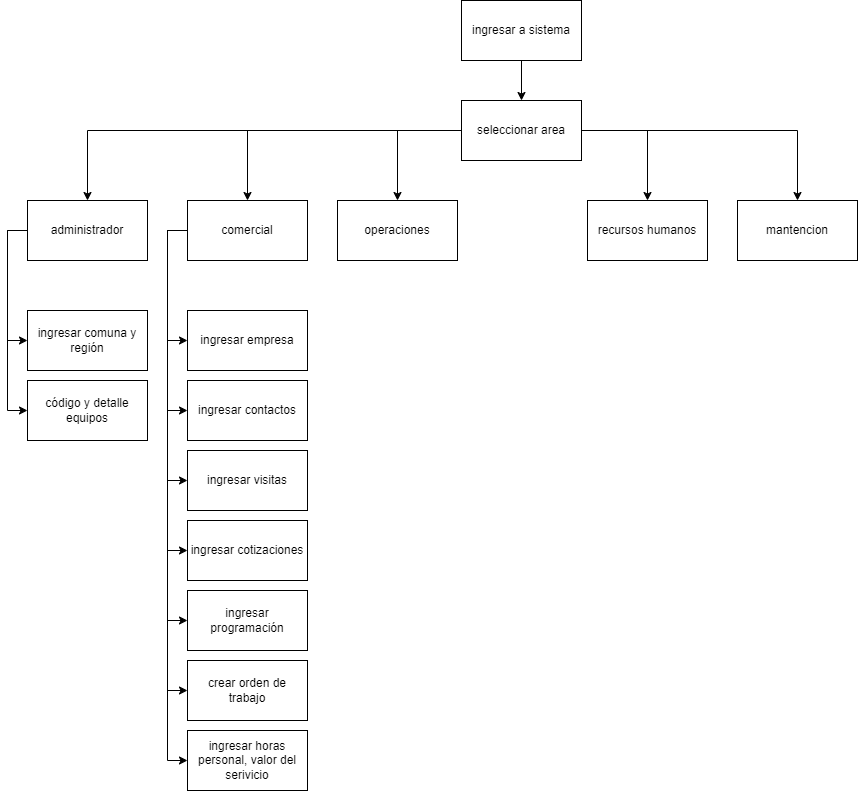
Above: Diagrama sin título.drawio.png in Tebaah/Web-SistemaGestion (draw.io), before the change. Source tidied: cells renumbered, new cells last; positions are measured from the earlier drawing's top-left corner, leaving out a move shared by most shapes.
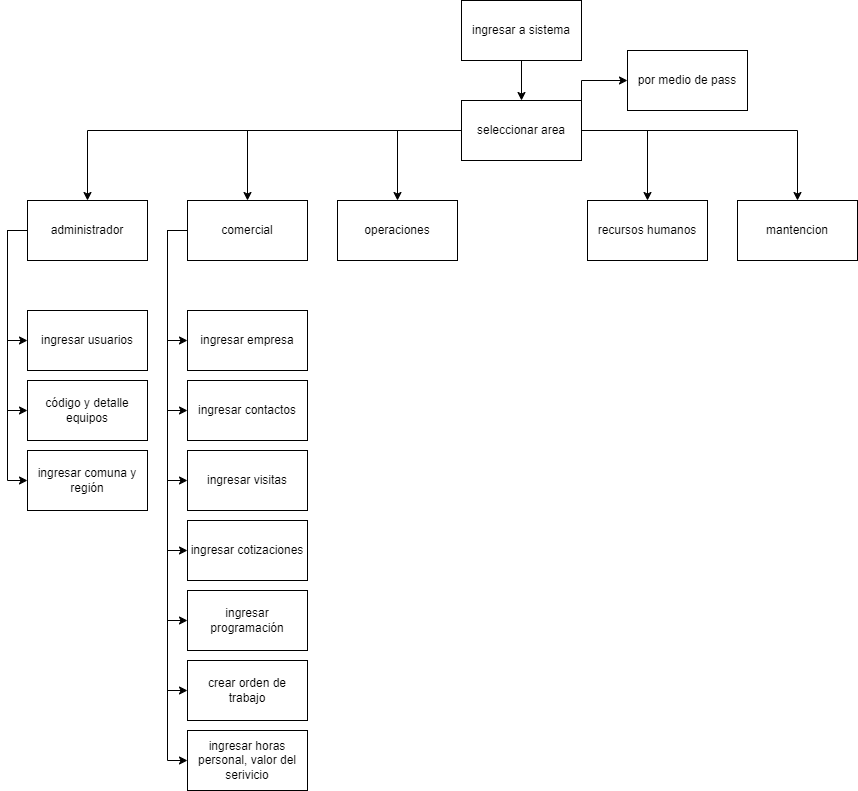
The same file after the commit.

Change to the diagram source:
```diff
@@ -23,6 +23,9 @@
     <mxCell id="8" style="edgeStyle=orthogonalEdgeStyle;rounded=0;jettySize=auto;html=1;entryX=0.5;entryY=0;entryDx=0;entryDy=0;" parent="1" edge="1" source="9" target="29">
       <mxGeometry relative="1" as="geometry" />
     </mxCell>
+    <mxCell id="33" style="edgeStyle=orthogonalEdgeStyle;rounded=0;jettySize=auto;html=1;exitX=1;exitY=0;exitDx=0;exitDy=0;entryX=0;entryY=0.5;entryDx=0;entryDy=0;" parent="1" edge="1" source="9" target="36">
+      <mxGeometry relative="1" as="geometry" />
+    </mxCell>
     <mxCell id="9" value="seleccionar area" style="rounded=0;whiteSpace=wrap;html=1;" parent="1" vertex="1">
       <mxGeometry x="454" y="100" width="120" height="60" as="geometry" />
     </mxCell>
@@ -116,7 +119,7 @@
       <mxGeometry relative="1" as="geometry">
         <Array as="points">
           <mxPoint y="230" />
-          <mxPoint y="340" />
+          <mxPoint y="480" />
         </Array>
       </mxGeometry>
     </mxCell>
@@ -128,11 +131,19 @@
         </Array>
       </mxGeometry>
     </mxCell>
+    <mxCell id="34" style="edgeStyle=orthogonalEdgeStyle;rounded=0;jettySize=auto;html=1;entryX=0;entryY=0.5;entryDx=0;entryDy=0;" parent="1" edge="1" source="29" target="35">
+      <mxGeometry relative="1" as="geometry">
+        <Array as="points">
+          <mxPoint y="230" />
+          <mxPoint y="340" />
+        </Array>
+      </mxGeometry>
+    </mxCell>
     <mxCell id="29" value="administrador" style="rounded=0;whiteSpace=wrap;html=1;" parent="1" vertex="1">
       <mxGeometry x="20" y="200" width="120" height="60" as="geometry" />
     </mxCell>
     <mxCell id="30" value="ingresar comuna y región" style="rounded=0;whiteSpace=wrap;html=1;" parent="1" vertex="1">
-      <mxGeometry x="20" y="310" width="120" height="60" as="geometry" />
+      <mxGeometry x="20" y="450" width="120" height="60" as="geometry" />
     </mxCell>
     <mxCell id="31" value="código y detalle equipos" style="rounded=0;whiteSpace=wrap;html=1;" parent="1" vertex="1">
       <mxGeometry x="20" y="380" width="120" height="60" as="geometry" />
@@ -140,5 +151,11 @@
     <mxCell id="32" value="ingresar horas personal, valor del serivicio" style="rounded=0;whiteSpace=wrap;html=1;" parent="1" vertex="1">
       <mxGeometry x="180" y="730" width="120" height="60" as="geometry" />
     </mxCell>
+    <mxCell id="35" value="ingresar usuarios" style="rounded=0;whiteSpace=wrap;html=1;" parent="1" vertex="1">
+      <mxGeometry x="20" y="310" width="120" height="60" as="geometry" />
+    </mxCell>
+    <mxCell id="36" value="por medio de pass" style="rounded=0;whiteSpace=wrap;html=1;" parent="1" vertex="1">
+      <mxGeometry x="620" y="50" width="120" height="60" as="geometry" />
+    </mxCell>
   </root>
 </mxGraphModel>
```
